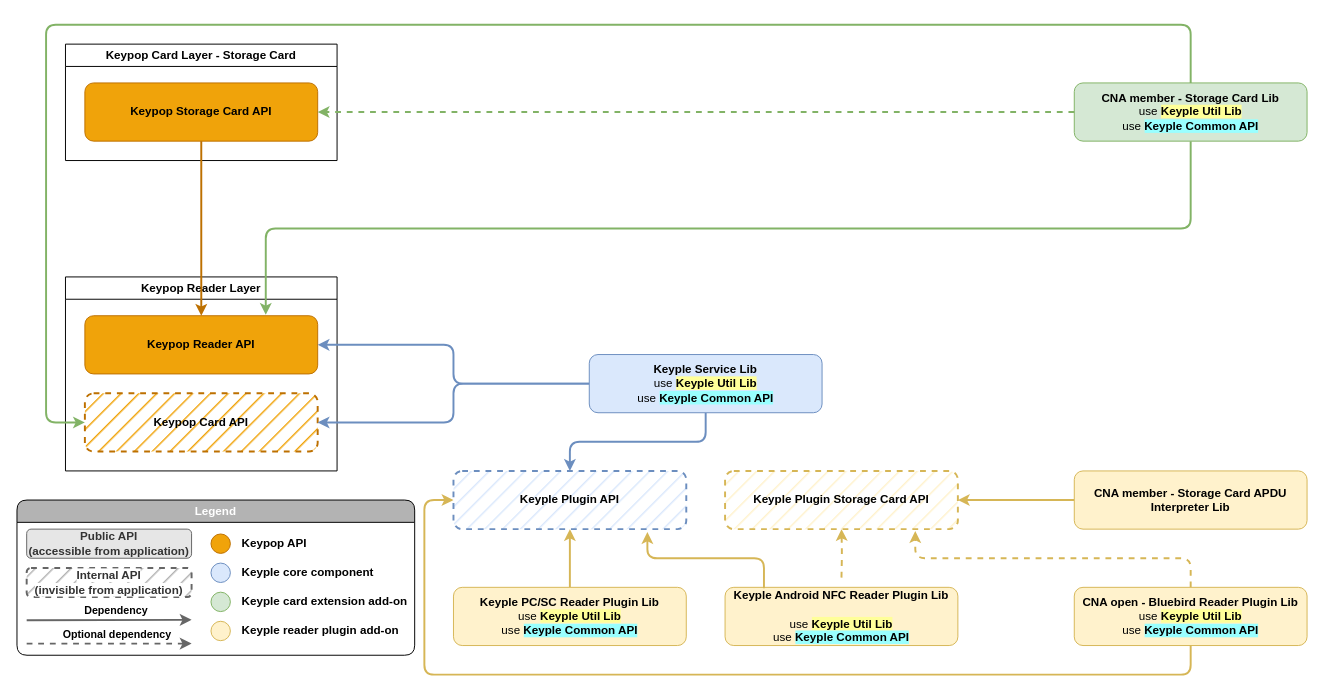
Before: media/cna-storagecard-support/storagecard_component_dependencies.drawio in calypsonet/calypsonet-keyple-support-website, a draw.io diagram. Source tidied: cells renumbered, new cells numbered last; positions are measured from the earlier drawing's top-left corner, leaving out a move shared by most shapes. Both pictures are drawn from the tidied source at 97%, with x=0, y=0 at pixel (16, 24).
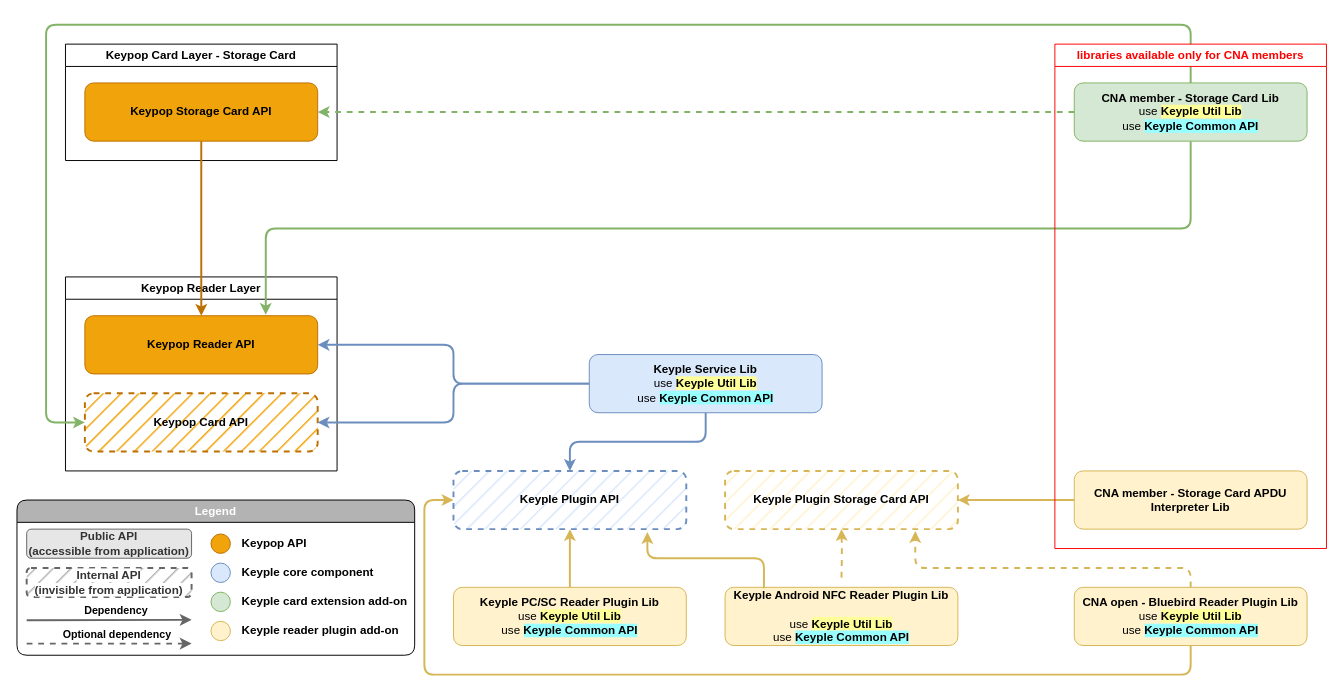
After the change.

The change refers to these unchanged cells:
```xml
<mxCell id="31" value="Keyple Plugin Storage Card API" style="rounded=1;whiteSpace=wrap;html=1;fillColor=#fff2cc;strokeColor=#d6b656;fontStyle=1;dashed=1;fillStyle=hatch;glass=0;shadow=0;perimeterSpacing=0;strokeWidth=2;" parent="1" vertex="1">
  <mxGeometry x="730" y="460" width="240" height="60" as="geometry" />
</mxCell>
<mxCell id="39" value="&lt;b&gt;CNA open - Bluebird Reader Plugin Lib&lt;/b&gt;&lt;br&gt;use&amp;nbsp;&lt;b style=&quot;border-color: var(--border-color); background-color: rgb(255, 255, 153);&quot;&gt;Keyple Util Lib&lt;/b&gt;&lt;br&gt;use &lt;b style=&quot;background-color: rgb(153, 255, 255);&quot;&gt;Keyple Common API&lt;/b&gt;" style="rounded=1;whiteSpace=wrap;html=1;fillColor=#fff2cc;strokeColor=#d6b656;fontStyle=0;" parent="1" vertex="1">
  <mxGeometry x="1090" y="580" width="240" height="60" as="geometry" />
</mxCell>
```

Change to the diagram source:
```diff
@@
     <mxCell id="42" style="edgeStyle=orthogonalEdgeStyle;jettySize=auto;html=1;entryX=0.817;entryY=1.033;entryDx=0;entryDy=0;strokeWidth=2;fillColor=#fff2cc;strokeColor=#d6b656;dashed=1;entryPerimeter=0;exitX=0.5;exitY=0;exitDx=0;exitDy=0;" parent="1" edge="1" source="39" target="31">
       <mxGeometry relative="1" as="geometry">
         <Array as="points">
-          <mxPoint x="1210" y="550" />
-          <mxPoint x="926" y="550" />
+          <mxPoint x="1210" y="560" />
+          <mxPoint x="926" y="560" />
         </Array>
       </mxGeometry>
     </mxCell>
@@
+    <mxCell id="44" value="&lt;font style=&quot;color: rgb(255, 0, 0);&quot;&gt;libraries available only for CNA members&lt;/font&gt;" style="swimlane;whiteSpace=wrap;html=1;strokeColor=#FF0000;" parent="1" vertex="1">
+      <mxGeometry x="1070" y="20" width="280" height="520" as="geometry" />
+    </mxCell>
```
